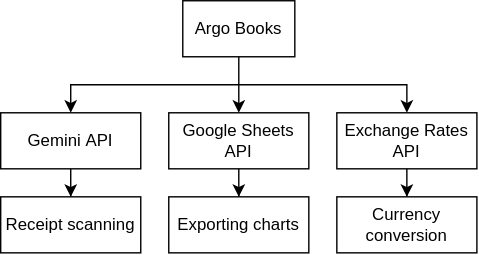
Above: docs/diagrams/integrations/integrations-overview.svg in ArgoRobots/Argo-Books-Avalonia (draw.io), before the change. Source tidied: cells renumbered, new cells last; positions are measured from the earlier drawing's top-left corner, leaving out a move shared by most shapes.
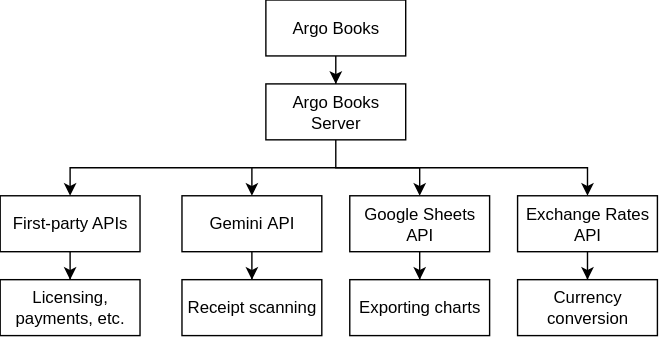
The same file after the commit.

Diff of the diagram source:
```diff
@@ -5,8 +5,8 @@
     <mxCell id="2" style="edgeStyle=orthogonalEdgeStyle;rounded=0;jettySize=auto;html=1;entryX=0.5;entryY=0;entryDx=0;entryDy=0;" parent="1" edge="1" source="3" target="7">
       <mxGeometry relative="1" as="geometry" />
     </mxCell>
-    <mxCell id="3" value="Argo Books" style="rounded=0;whiteSpace=wrap;html=1;" parent="1" vertex="1">
-      <mxGeometry x="130" width="80" height="40" as="geometry" />
+    <mxCell id="3" value="Argo Books Server" style="rounded=0;whiteSpace=wrap;html=1;" parent="1" vertex="1">
+      <mxGeometry x="60" width="100" height="40" as="geometry" />
     </mxCell>
     <mxCell id="4" style="edgeStyle=orthogonalEdgeStyle;rounded=0;jettySize=auto;html=1;entryX=0.5;entryY=0;entryDx=0;entryDy=0;" parent="1" edge="1" source="5" target="11">
       <mxGeometry relative="1" as="geometry" />
@@ -51,5 +51,28 @@
         </Array>
       </mxGeometry>
     </mxCell>
+    <mxCell id="15" style="edgeStyle=orthogonalEdgeStyle;rounded=0;jettySize=auto;html=1;entryX=0.5;entryY=0;entryDx=0;entryDy=0;" parent="1" edge="1" source="16" target="3">
+      <mxGeometry relative="1" as="geometry" />
+    </mxCell>
+    <mxCell id="16" value="Argo Books" style="rounded=0;whiteSpace=wrap;html=1;" parent="1" vertex="1">
+      <mxGeometry x="60" y="-60" width="100" height="40" as="geometry" />
+    </mxCell>
+    <mxCell id="17" style="edgeStyle=orthogonalEdgeStyle;rounded=0;jettySize=auto;html=1;entryX=0.5;entryY=0;entryDx=0;entryDy=0;" parent="1" edge="1" source="18" target="19">
+      <mxGeometry relative="1" as="geometry" />
+    </mxCell>
+    <mxCell id="18" value="First-party APIs" style="rounded=0;whiteSpace=wrap;html=1;" parent="1" vertex="1">
+      <mxGeometry x="-130" y="80" width="100" height="40" as="geometry" />
+    </mxCell>
+    <mxCell id="19" value="Licensing, payments, etc." style="rounded=0;whiteSpace=wrap;html=1;" parent="1" vertex="1">
+      <mxGeometry x="-130" y="140" width="100" height="40" as="geometry" />
+    </mxCell>
+    <mxCell id="20" style="endArrow=classic;html=1;rounded=0;entryX=0.5;entryY=0;entryDx=0;entryDy=0;" parent="1" edge="1" target="18">
+      <mxGeometry relative="1" as="geometry">
+        <mxPoint x="50" y="60" as="sourcePoint" />
+        <Array as="points">
+          <mxPoint x="-80" y="60" />
+        </Array>
+      </mxGeometry>
+    </mxCell>
   </root>
 </mxGraphModel>
```
